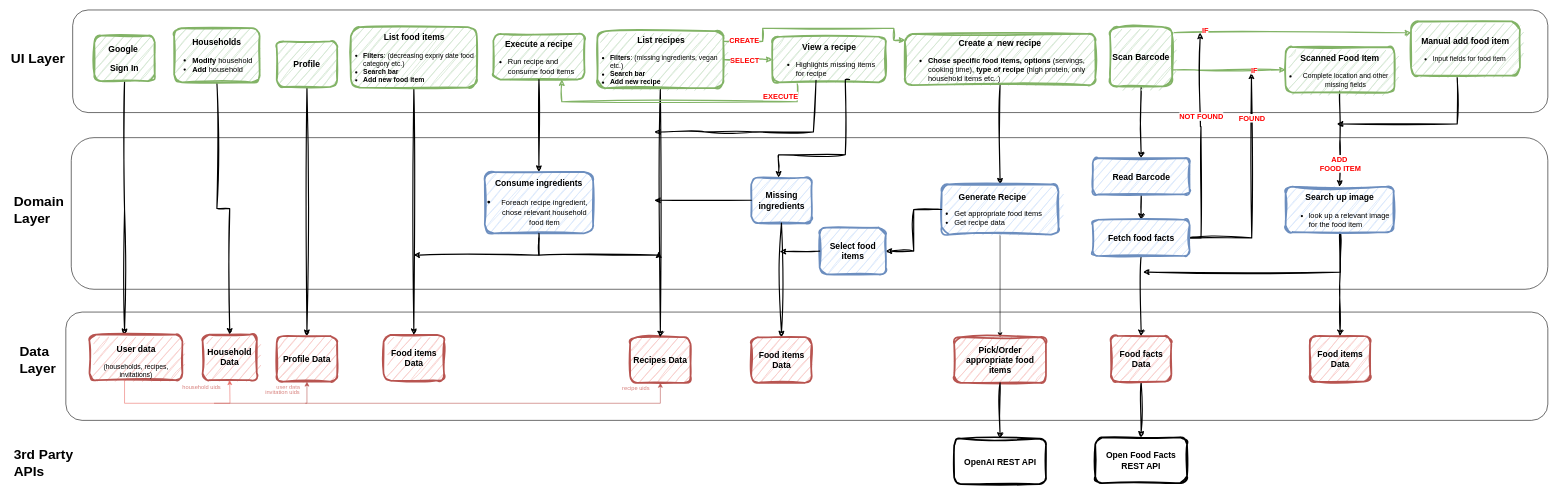
The draw.io diagram page "Total View" (4 of 4) of docs/ArchitectureDiagram/ArchitectureDiagram.drawio in commit-crimes/shelf-life, before the edit. Source tidied: cells renumbered, new cells numbered last; positions are measured from the earlier drawing's top-left corner, leaving out a move shared by most shapes. Both pictures are drawn from the tidied source at 57%, with x=0, y=0 at pixel (10, 10).
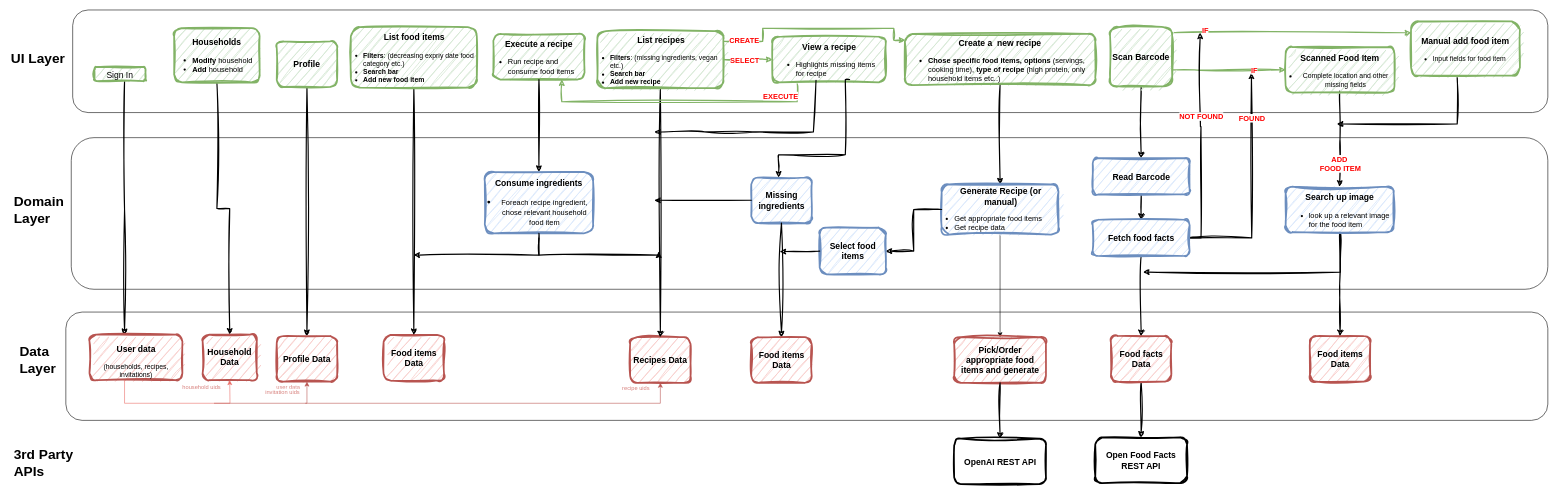
The same page after the edit.

Commit message:
docs: finish up architecture diagram

The edit, as a diff of the source:
```diff
@@
-    <mxCell id="30" value="&lt;h3 style=&quot;&quot;&gt;&lt;div style=&quot;&quot;&gt;&lt;div style=&quot;text-align: center;&quot;&gt;&lt;span style=&quot;background-color: initial;&quot;&gt;&lt;font style=&quot;font-size: 15px;&quot;&gt;Generate Recipe&lt;/font&gt;&lt;/span&gt;&lt;/div&gt;&lt;ul style=&quot;font-size: 13px; padding-left: 20px;&quot;&gt;&lt;li style=&quot;&quot;&gt;&lt;span style=&quot;font-weight: normal;&quot;&gt;Get appropriate food items&lt;/span&gt;&lt;/li&gt;&lt;li style=&quot;&quot;&gt;&lt;span style=&quot;font-weight: normal;&quot;&gt;Get recipe data&lt;/span&gt;&lt;/li&gt;&lt;/ul&gt;&lt;/div&gt;&lt;/h3&gt;" style="rounded=1;whiteSpace=wrap;html=1;fillColor=#dae8fc;strokeColor=#6c8ebf;fillStyle=hatch;strokeWidth=3;perimeterSpacing=0;sketch=1;curveFitting=1;jiggle=2;align=left;" parent="1" vertex="1">
+    <mxCell id="30" value="&lt;h3 style=&quot;&quot;&gt;&lt;div style=&quot;&quot;&gt;&lt;div style=&quot;text-align: center;&quot;&gt;&lt;span style=&quot;background-color: initial;&quot;&gt;&lt;font style=&quot;font-size: 15px;&quot;&gt;Generate Recipe (or manual)&lt;/font&gt;&lt;/span&gt;&lt;/div&gt;&lt;ul style=&quot;font-size: 13px; padding-left: 20px;&quot;&gt;&lt;li style=&quot;&quot;&gt;&lt;span style=&quot;font-weight: normal;&quot;&gt;Get appropriate food items&lt;/span&gt;&lt;/li&gt;&lt;li style=&quot;&quot;&gt;&lt;span style=&quot;font-weight: normal;&quot;&gt;Get recipe data&lt;/span&gt;&lt;/li&gt;&lt;/ul&gt;&lt;/div&gt;&lt;/h3&gt;" style="rounded=1;whiteSpace=wrap;html=1;fillColor=#dae8fc;strokeColor=#6c8ebf;fillStyle=hatch;strokeWidth=3;perimeterSpacing=0;sketch=1;curveFitting=1;jiggle=2;align=left;" parent="1" vertex="1">
       <mxGeometry x="1634.5" y="305.9" width="205" height="88.1" as="geometry" />
     </mxCell>
@@
-    <mxCell id="34" value="&lt;h3 style=&quot;font-size: 15px;&quot;&gt;&lt;span style=&quot;text-align: left;&quot;&gt;Pick/Order appropriate food items&lt;/span&gt;&lt;br&gt;&lt;/h3&gt;" style="rounded=1;whiteSpace=wrap;html=1;fillColor=#f8cecc;strokeColor=#b85450;fillStyle=hatch;strokeWidth=3;perimeterSpacing=0;sketch=1;curveFitting=1;jiggle=2;" parent="1" vertex="1">
+    <mxCell id="34" value="&lt;h3 style=&quot;font-size: 15px;&quot;&gt;&lt;span style=&quot;text-align: left;&quot;&gt;Pick/Order appropriate food items and generate&lt;/span&gt;&lt;br&gt;&lt;/h3&gt;" style="rounded=1;whiteSpace=wrap;html=1;fillColor=#f8cecc;strokeColor=#b85450;fillStyle=hatch;strokeWidth=3;perimeterSpacing=0;sketch=1;curveFitting=1;jiggle=2;" parent="1" vertex="1">
       <mxGeometry x="1656.5" y="574" width="161" height="80" as="geometry" />
     </mxCell>
@@
-    <mxCell id="66" value="&lt;h3 style=&quot;font-size: 15px;&quot;&gt;Google&amp;nbsp;&lt;/h3&gt;&lt;h3 style=&quot;font-size: 15px;&quot;&gt;Sign In&lt;/h3&gt;" style="rounded=1;whiteSpace=wrap;html=1;fillColor=#d5e8d4;strokeColor=#82b366;fillStyle=hatch;strokeWidth=3;perimeterSpacing=0;sketch=1;curveFitting=1;jiggle=2;" parent="1" vertex="1">
-      <mxGeometry x="148" y="45" width="106" height="80" as="geometry" />
+    <mxCell id="66" value="&lt;h3 style=&quot;font-size: 15px;&quot;&gt;&lt;span style=&quot;background-color: initial; font-weight: normal;&quot;&gt;Sign In&lt;/span&gt;&lt;/h3&gt;" style="rounded=1;whiteSpace=wrap;html=1;fillColor=#d5e8d4;strokeColor=#82b366;fillStyle=hatch;strokeWidth=3;perimeterSpacing=0;sketch=1;curveFitting=1;jiggle=2;" parent="1" vertex="1">
+      <mxGeometry x="148" y="100" width="90" height="25" as="geometry" />
     </mxCell>
```
